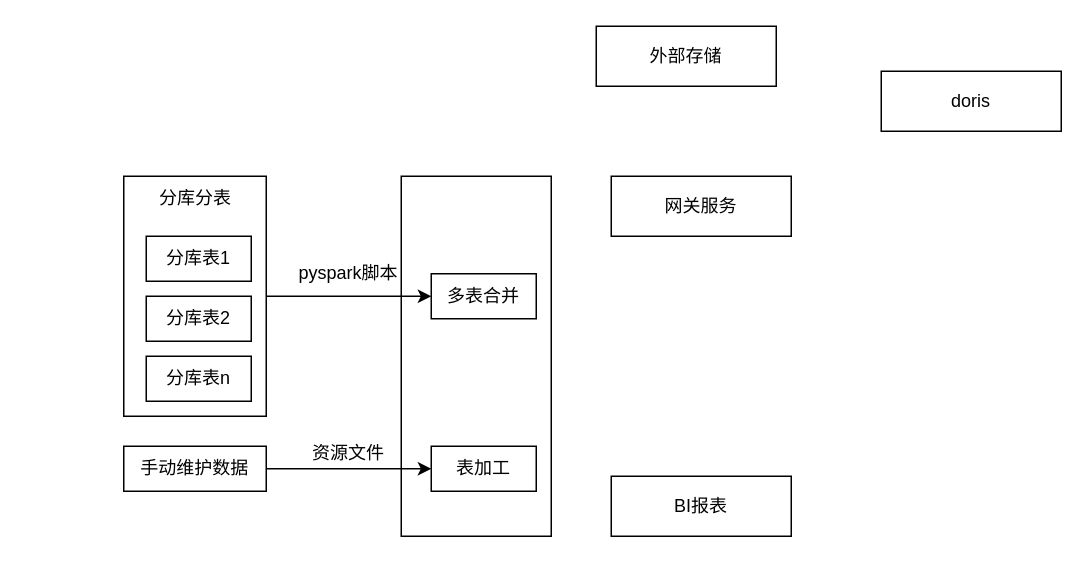
Above: mt巽风.drawio in mineminemine123/work-wiki (draw.io), before the change. Source tidied: cells renumbered, new cells numbered last; positions are measured from the earlier drawing's top-left corner, leaving out a move shared by most shapes. Both pictures are drawn from the tidied source at 150%, with x=0, y=0 at pixel (123, 26).
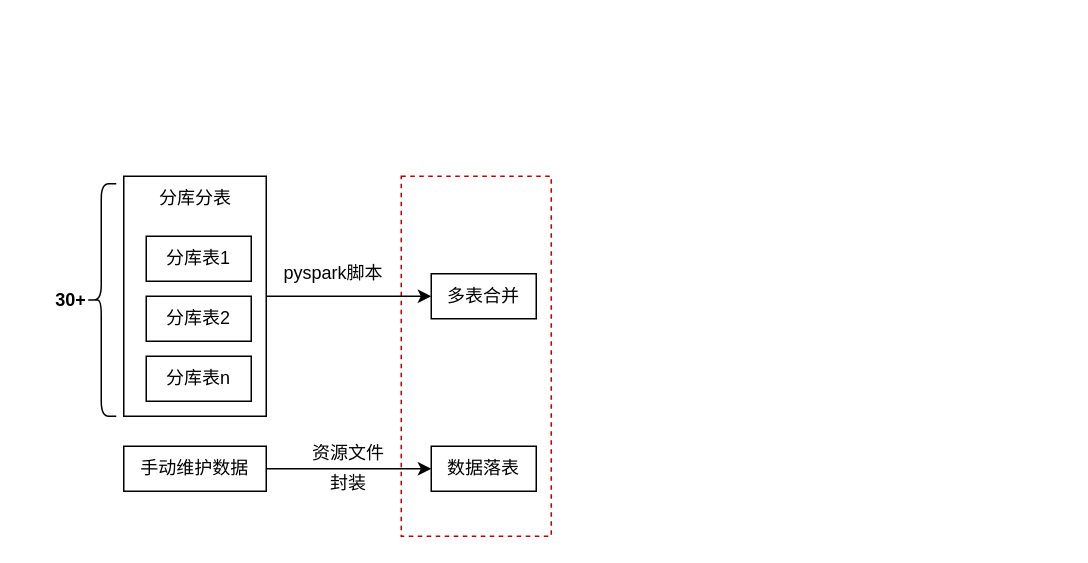
The same page after the edit.

The edit, as a diff of the source:
```diff
@@
 <mxGraphModel>
   <root>
     <mxCell id="0" />
     <mxCell id="1" parent="0" />
-    <mxCell id="2" style="rounded=0;whiteSpace=wrap;html=1;" parent="1" vertex="1">
+    <mxCell id="2" style="rounded=0;whiteSpace=wrap;html=1;dashed=1;strokeColor=#C00000;" parent="1" vertex="1">
       <mxGeometry x="185" y="100" width="100" height="240" as="geometry" />
     </mxCell>
     <mxCell id="3" style="edgeStyle=orthogonalEdgeStyle;rounded=0;jettySize=auto;html=1;exitX=1;exitY=0.5;exitDx=0;exitDy=0;entryX=0;entryY=0.5;entryDx=0;entryDy=0;" parent="1" edge="1" source="4" target="6">
       <mxGeometry relative="1" as="geometry" />
     </mxCell>
     <mxCell id="4" style="rounded=0;whiteSpace=wrap;html=1;" parent="1" vertex="1">
       <mxGeometry y="100" width="95" height="160" as="geometry" />
     </mxCell>
     <mxCell id="5" value="分库表1" style="rounded=0;whiteSpace=wrap;html=1;" parent="1" vertex="1">
       <mxGeometry x="15" y="140" width="70" height="30" as="geometry" />
     </mxCell>
     <mxCell id="6" value="多表合并" style="rounded=0;whiteSpace=wrap;html=1;" parent="1" vertex="1">
       <mxGeometry x="205" y="165" width="70" height="30" as="geometry" />
     </mxCell>
     <mxCell id="7" value="分库表2" style="rounded=0;whiteSpace=wrap;html=1;" parent="1" vertex="1">
       <mxGeometry x="15" y="180" width="70" height="30" as="geometry" />
     </mxCell>
     <mxCell id="8" value="分库表n" style="rounded=0;whiteSpace=wrap;html=1;" parent="1" vertex="1">
       <mxGeometry x="15" y="220" width="70" height="30" as="geometry" />
     </mxCell>
     <mxCell id="9" value="pyspark脚本" style="text;html=1;strokeColor=none;fillColor=none;align=center;verticalAlign=middle;whiteSpace=wrap;rounded=0;" parent="1" vertex="1">
-      <mxGeometry x="115" y="150" width="70" height="30" as="geometry" />
+      <mxGeometry x="105" y="150" width="70" height="30" as="geometry" />
     </mxCell>
     <mxCell id="10" style="edgeStyle=orthogonalEdgeStyle;rounded=0;jettySize=auto;html=1;exitX=1;exitY=0.5;exitDx=0;exitDy=0;entryX=0;entryY=0.5;entryDx=0;entryDy=0;" parent="1" edge="1" source="11" target="12">
       <mxGeometry relative="1" as="geometry" />
     </mxCell>
     <mxCell id="11" value="手动维护数据" style="rounded=0;whiteSpace=wrap;html=1;" parent="1" vertex="1">
       <mxGeometry y="280" width="95" height="30" as="geometry" />
     </mxCell>
-    <mxCell id="12" value="表加工" style="rounded=0;whiteSpace=wrap;html=1;" parent="1" vertex="1">
+    <mxCell id="12" value="数据落表" style="rounded=0;whiteSpace=wrap;html=1;" parent="1" vertex="1">
       <mxGeometry x="205" y="280" width="70" height="30" as="geometry" />
     </mxCell>
     <mxCell id="13" value="资源文件" style="text;html=1;strokeColor=none;fillColor=none;align=center;verticalAlign=middle;whiteSpace=wrap;rounded=0;" parent="1" vertex="1">
       <mxGeometry x="115" y="270" width="70" height="30" as="geometry" />
     </mxCell>
     <mxCell id="14" value="分库分表" style="text;html=1;strokeColor=none;fillColor=none;align=center;verticalAlign=middle;whiteSpace=wrap;rounded=0;" parent="1" vertex="1">
       <mxGeometry x="17.5" y="100" width="60" height="30" as="geometry" />
     </mxCell>
-    <mxCell id="15" value="网关服务" style="rounded=0;whiteSpace=wrap;html=1;" parent="1" vertex="1">
-      <mxGeometry x="325" y="100" width="120" height="40" as="geometry" />
-    </mxCell>
-    <mxCell id="16" value="doris" style="rounded=0;whiteSpace=wrap;html=1;" parent="1" vertex="1">
-      <mxGeometry x="505" y="30" width="120" height="40" as="geometry" />
-    </mxCell>
-    <mxCell id="17" value="外部存储" style="rounded=0;whiteSpace=wrap;html=1;" parent="1" vertex="1">
-      <mxGeometry x="315" width="120" height="40" as="geometry" />
-    </mxCell>
-    <mxCell id="18" value="BI报表" style="rounded=0;whiteSpace=wrap;html=1;" parent="1" vertex="1">
-      <mxGeometry x="325" y="300" width="120" height="40" as="geometry" />
-    </mxCell>
+    <mxCell id="19" style="shape=curlyBracket;whiteSpace=wrap;html=1;rounded=1;labelPosition=left;verticalLabelPosition=middle;align=right;verticalAlign=middle;" parent="1" vertex="1">
+      <mxGeometry x="-25" y="105" width="20" height="155" as="geometry" />
+    </mxCell>
+    <mxCell id="20" value="&lt;b&gt;30+&lt;/b&gt;" style="text;html=1;strokeColor=none;fillColor=none;align=center;verticalAlign=middle;whiteSpace=wrap;rounded=0;" parent="1" vertex="1">
+      <mxGeometry x="-65" y="167.5" width="60" height="30" as="geometry" />
+    </mxCell>
+    <mxCell id="21" value="封装" style="text;html=1;strokeColor=none;fillColor=none;align=center;verticalAlign=middle;whiteSpace=wrap;rounded=0;" parent="1" vertex="1">
+      <mxGeometry x="115" y="290" width="70" height="30" as="geometry" />
+    </mxCell>
   </root>
 </mxGraphModel>
```
